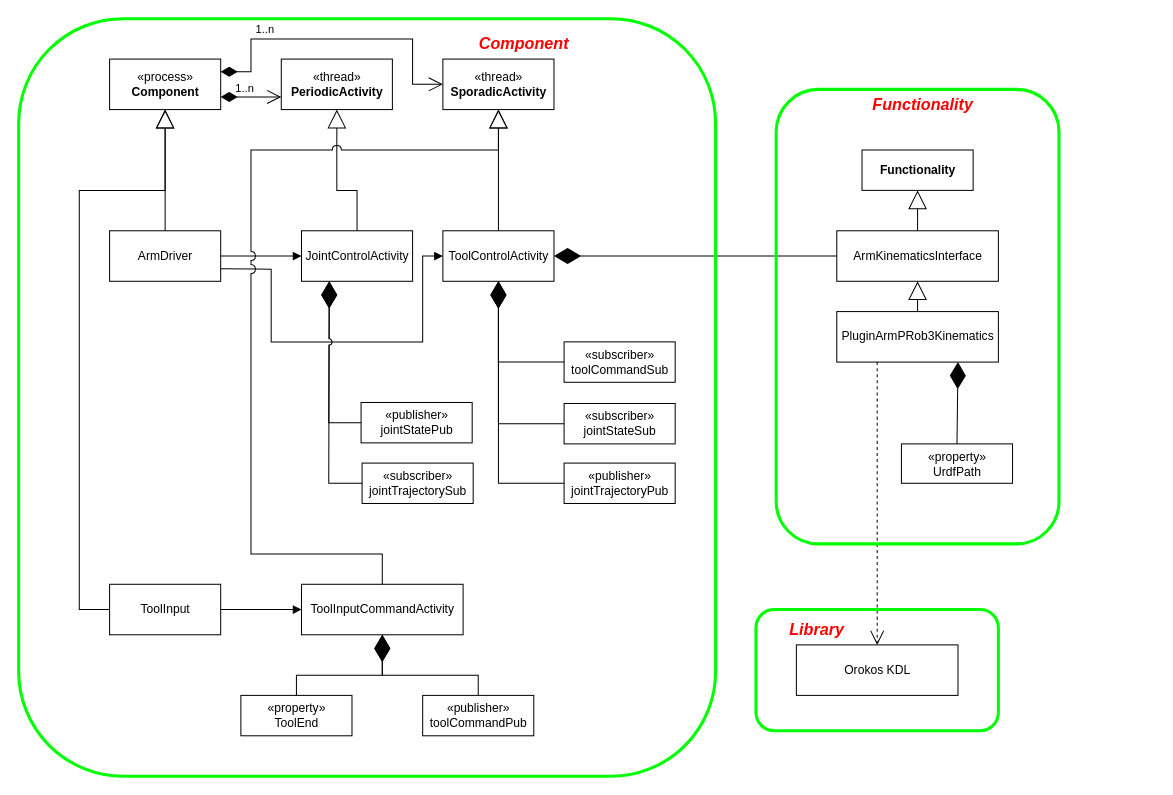
Above: ImageFiles/publish_subscribe_architecture.drawio in matteoverzeroli/Laboratorio-di-Robotica-2022-2023 (draw.io), before the change. Source tidied: cells renumbered, new cells numbered last; positions are measured from the earlier drawing's top-left corner, leaving out a move shared by most shapes. Both pictures are drawn from the tidied source at 101%, with x=0, y=0 at pixel (18, 18).
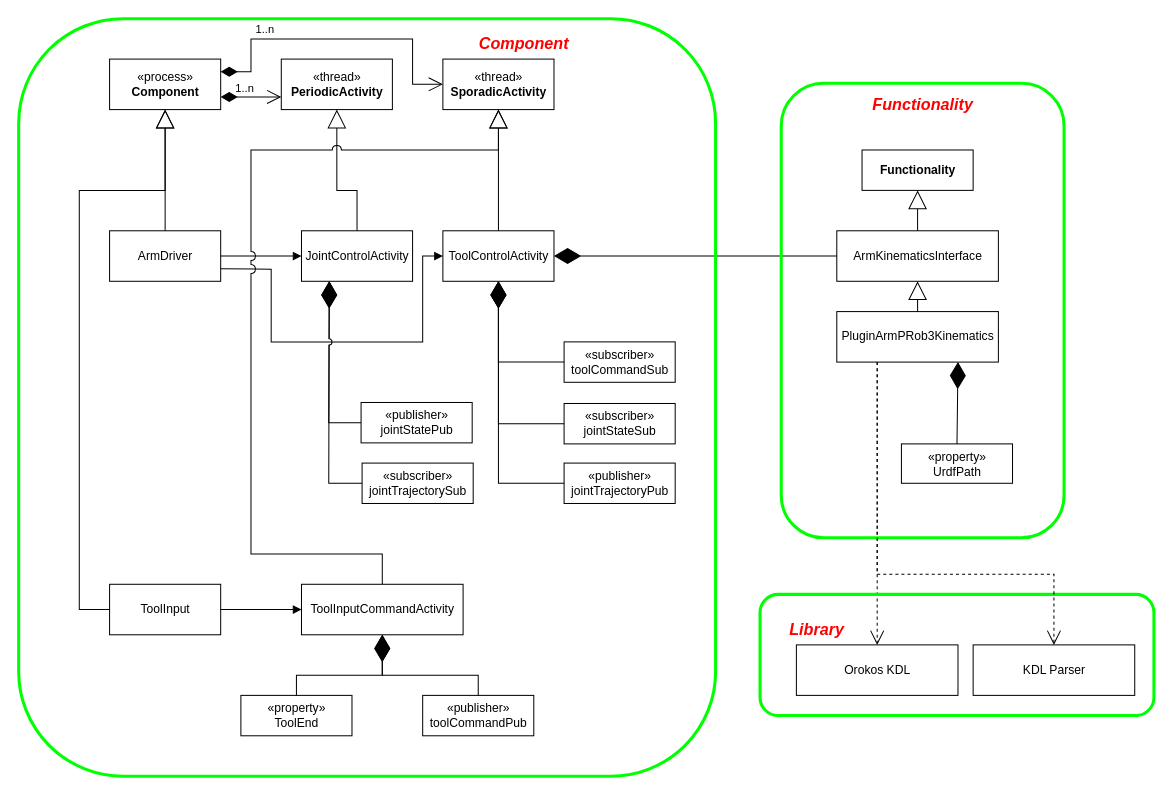
Above is the later version.

Commit message (it also covers changes not shown here):
Updated star diagram

The change refers to these unchanged cells:
```xml
<mxCell id="15" value="PluginArmPRob3Kinematics" style="html=1;" parent="1" vertex="1">
  <mxGeometry x="810" y="290" width="160" height="50" as="geometry" />
</mxCell>
```

The edit, as a diff of the source:
```diff
@@
     <mxCell id="43" style="rounded=1;whiteSpace=wrap;html=1;fillColor=none;strokeColor=#00FF00;strokeWidth=3;" parent="1" vertex="1">
-      <mxGeometry x="750" y="70" width="280" height="450" as="geometry" />
+      <mxGeometry x="755" y="64" width="280" height="450" as="geometry" />
     </mxCell>
     <mxCell id="44" style="rounded=1;whiteSpace=wrap;html=1;fillColor=none;strokeColor=#00FF00;strokeWidth=3;" parent="1" vertex="1">
-      <mxGeometry x="730" y="585" width="240" height="120" as="geometry" />
+      <mxGeometry x="734" y="570" width="390" height="120" as="geometry" />
     </mxCell>
@@
+    <mxCell id="50" value="KDL Parser" style="html=1;" parent="1" vertex="1">
+      <mxGeometry x="945" y="620" width="160" height="50" as="geometry" />
+    </mxCell>
+    <mxCell id="51" style="endArrow=open;endSize=12;dashed=1;html=1;rounded=0;entryX=0.5;entryY=0;entryDx=0;entryDy=0;exitX=0.25;exitY=1;exitDx=0;exitDy=0;" parent="1" edge="1" source="15" target="50">
+      <mxGeometry x="0.74" y="-105" relative="1" as="geometry">
+        <Array as="points">
+          <mxPoint x="850" y="550" />
+          <mxPoint x="1025" y="550" />
+        </Array>
+      </mxGeometry>
+    </mxCell>
```
